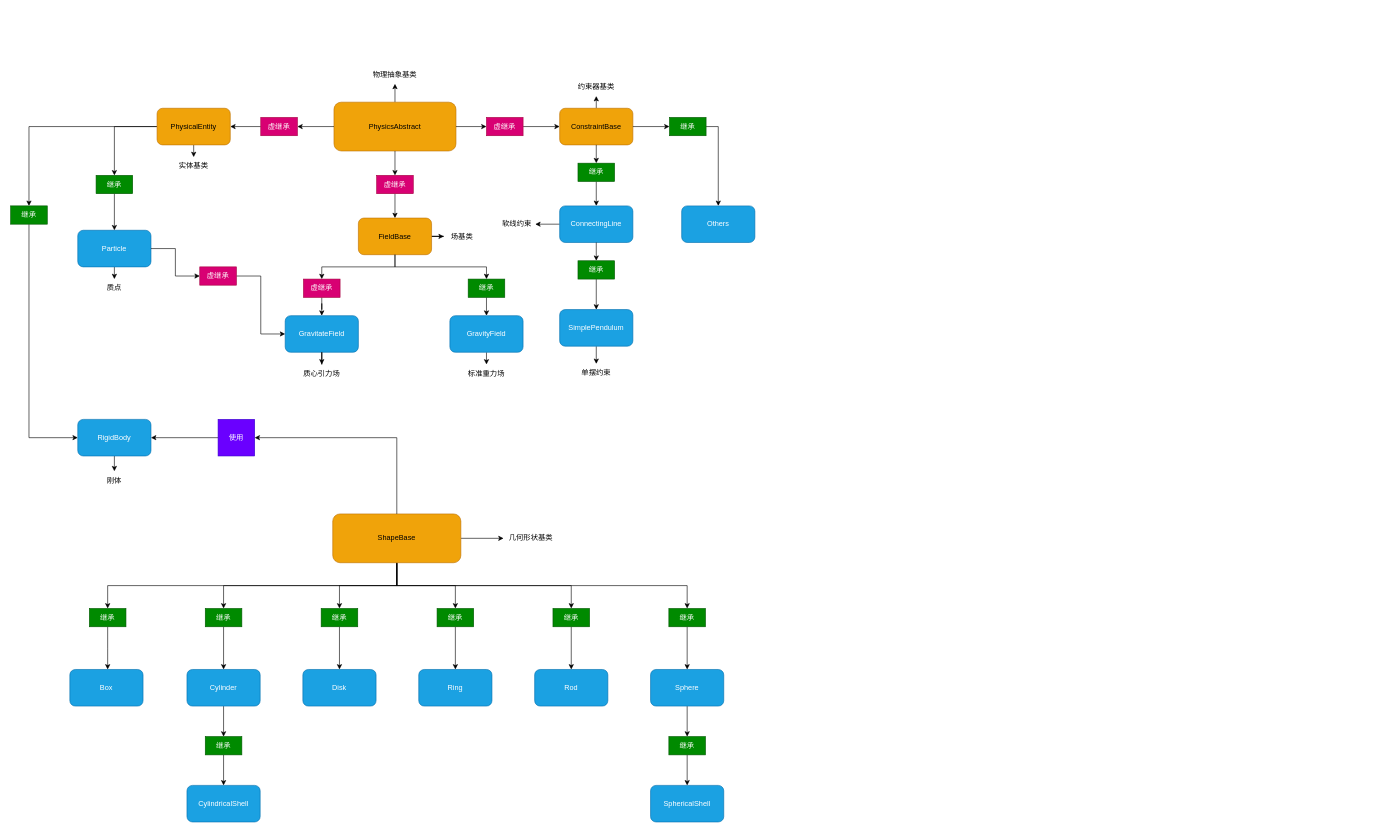
YJHScenery/Egret-Physics keeps this draw.io diagram as docs/PhysicsModel_InheritanceChain.drawio. Above is the earlier version. Source tidied: cells renumbered, new cells numbered last; positions are measured from the earlier drawing's top-left corner, leaving out a move shared by most shapes. Both pictures are drawn from the tidied source at 61%, with x=0, y=0 at pixel (10, 65).
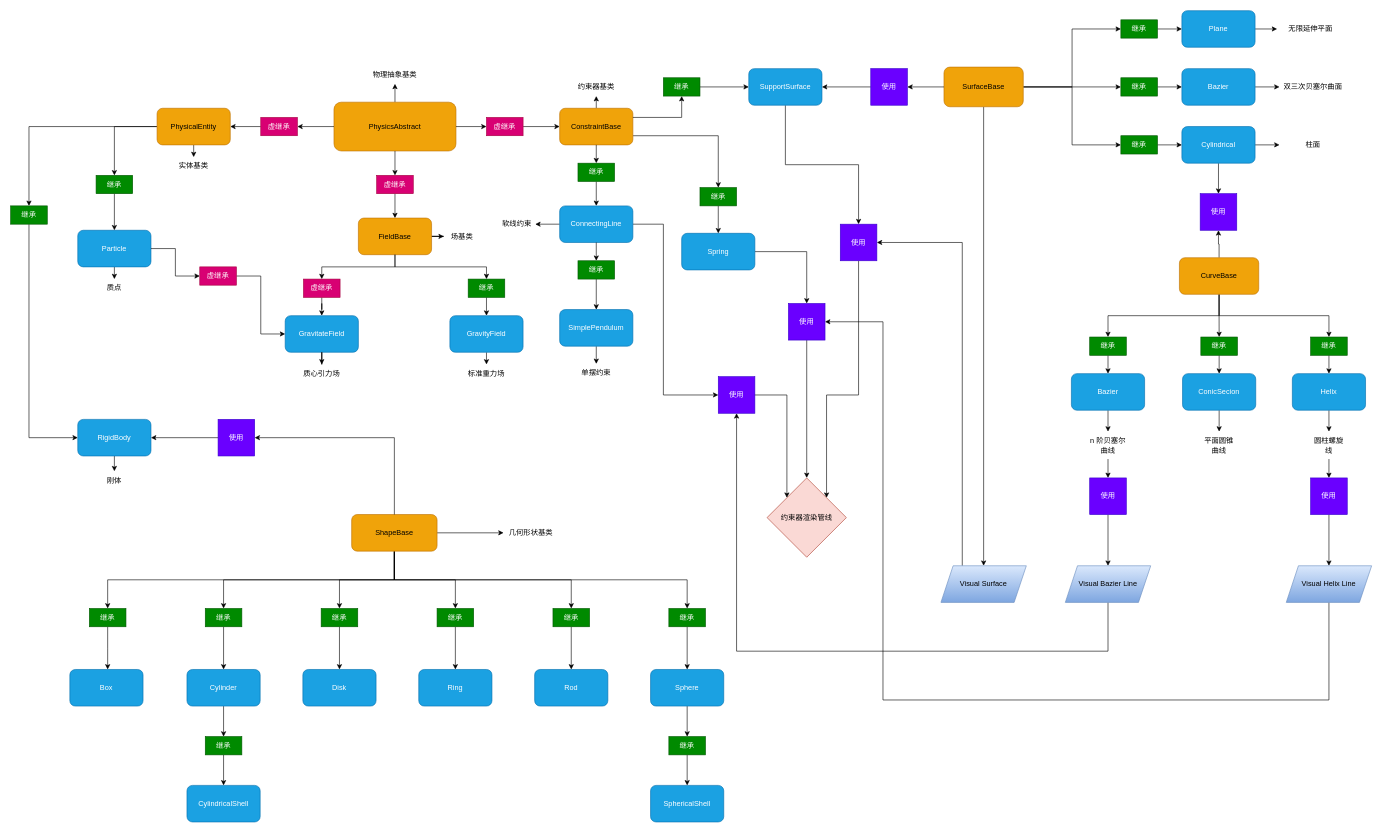
Above is the later version.

The change refers to these unchanged cells:
```xml
<mxCell id="18" value="ConstraintBase" style="rounded=1;whiteSpace=wrap;html=1;fillColor=#f0a30a;fontColor=#000000;strokeColor=#BD7000;" parent="1" vertex="1">
  <mxGeometry x="900" y="70" width="120" height="60" as="geometry" />
</mxCell>
<mxCell id="29" value="ConnectingLine" style="rounded=1;whiteSpace=wrap;html=1;fillColor=#1ba1e2;fontColor=#ffffff;strokeColor=#006EAF;" parent="1" vertex="1">
  <mxGeometry x="900" y="230" width="120" height="60" as="geometry" />
</mxCell>
```

What changed in the source:
```diff
@@
+    <mxCell id="105" style="edgeStyle=orthogonalEdgeStyle;rounded=0;jettySize=auto;html=1;exitX=1;exitY=0.75;exitDx=0;exitDy=0;entryX=0.5;entryY=0;entryDx=0;entryDy=0;" parent="1" edge="1" source="18" target="109">
+      <mxGeometry relative="1" as="geometry" />
+    </mxCell>
@@
+    <mxCell id="106" style="edgeStyle=orthogonalEdgeStyle;rounded=0;jettySize=auto;html=1;exitX=1;exitY=0.5;exitDx=0;exitDy=0;entryX=0;entryY=0.5;entryDx=0;entryDy=0;" parent="1" edge="1" source="29" target="171">
+      <mxGeometry relative="1" as="geometry">
+        <Array as="points">
+          <mxPoint x="1070" y="260" />
+          <mxPoint x="1070" y="540" />
+        </Array>
+      </mxGeometry>
+    </mxCell>
@@
+    <mxCell id="107" style="edgeStyle=orthogonalEdgeStyle;rounded=0;jettySize=auto;html=1;exitX=0.5;exitY=1;exitDx=0;exitDy=0;entryX=0.5;entryY=0;entryDx=0;entryDy=0;" parent="1" edge="1" source="32" target="175">
+      <mxGeometry relative="1" as="geometry" />
+    </mxCell>
-    <mxCell id="32" value="Others" style="rounded=1;whiteSpace=wrap;html=1;fillColor=#1ba1e2;fontColor=#ffffff;strokeColor=#006EAF;" parent="1" vertex="1">
-      <mxGeometry x="1100" y="230" width="120" height="60" as="geometry" />
+    <mxCell id="32" value="SupportSurface" style="rounded=1;whiteSpace=wrap;html=1;fillColor=#1ba1e2;fontColor=#ffffff;strokeColor=#006EAF;" parent="1" vertex="1">
+      <mxGeometry x="1210" y="5" width="120" height="60" as="geometry" />
     </mxCell>
@@
     <mxCell id="42" value="ShapeBase" style="rounded=1;whiteSpace=wrap;html=1;fillColor=#f0a30a;fontColor=#000000;strokeColor=#BD7000;" parent="1" vertex="1">
-      <mxGeometry x="528" y="735" width="210" height="80" as="geometry" />
+      <mxGeometry x="559" y="736" width="140" height="60" as="geometry" />
     </mxCell>
@@
-    <mxCell id="64" style="edgeStyle=orthogonalEdgeStyle;rounded=0;jettySize=auto;html=1;exitX=1;exitY=0.5;exitDx=0;exitDy=0;" parent="1" edge="1" source="18" target="65">
+    <mxCell id="64" style="edgeStyle=orthogonalEdgeStyle;rounded=0;jettySize=auto;html=1;exitX=1;exitY=0.25;exitDx=0;exitDy=0;" parent="1" edge="1" source="18" target="65">
       <mxGeometry relative="1" as="geometry" />
     </mxCell>
     <mxCell id="65" value="继承" style="text;html=1;whiteSpace=wrap;strokeColor=#005700;fillColor=#008a00;align=center;verticalAlign=middle;rounded=0;fontColor=#ffffff;" parent="1" vertex="1">
-      <mxGeometry x="1080" y="85" width="60" height="30" as="geometry" />
+      <mxGeometry x="1070" y="20" width="60" height="30" as="geometry" />
     </mxCell>
@@
     <mxCell id="104" value="几何形状基类" style="text;html=1;whiteSpace=wrap;strokeColor=none;fillColor=none;align=center;verticalAlign=middle;rounded=0;" parent="1" vertex="1">
-      <mxGeometry x="808" y="760" width="90" height="30" as="geometry" />
+      <mxGeometry x="808" y="751" width="90" height="30" as="geometry" />
     </mxCell>
+    <mxCell id="108" style="edgeStyle=orthogonalEdgeStyle;rounded=0;jettySize=auto;html=1;exitX=0.5;exitY=1;exitDx=0;exitDy=0;entryX=0.5;entryY=0;entryDx=0;entryDy=0;" parent="1" edge="1" source="109" target="111">
+      <mxGeometry relative="1" as="geometry" />
+    </mxCell>
+    <mxCell id="109" value="继承" style="text;html=1;whiteSpace=wrap;strokeColor=#005700;fillColor=#008a00;align=center;verticalAlign=middle;rounded=0;fontColor=#ffffff;" parent="1" vertex="1">
+      <mxGeometry x="1130" y="200" width="60" height="30" as="geometry" />
+    </mxCell>
+    <mxCell id="110" style="edgeStyle=orthogonalEdgeStyle;rounded=0;jettySize=auto;html=1;exitX=1;exitY=0.5;exitDx=0;exitDy=0;entryX=0.5;entryY=0;entryDx=0;entryDy=0;" parent="1" edge="1" source="111" target="173">
+      <mxGeometry relative="1" as="geometry" />
+    </mxCell>
+    <mxCell id="111" value="Spring" style="rounded=1;whiteSpace=wrap;html=1;fillColor=#1ba1e2;fontColor=#ffffff;strokeColor=#006EAF;" parent="1" vertex="1">
+      <mxGeometry x="1100" y="275" width="120" height="60" as="geometry" />
+    </mxCell>
+    <mxCell id="112" style="edgeStyle=orthogonalEdgeStyle;rounded=0;jettySize=auto;html=1;entryX=1;entryY=0.5;entryDx=0;entryDy=0;" parent="1" edge="1" source="119" target="32">
+      <mxGeometry relative="1" as="geometry" />
+    </mxCell>
+    <mxCell id="113" style="edgeStyle=orthogonalEdgeStyle;rounded=0;jettySize=auto;html=1;exitX=1;exitY=0.5;exitDx=0;exitDy=0;entryX=0;entryY=0.5;entryDx=0;entryDy=0;" parent="1" edge="1" source="117" target="128">
+      <mxGeometry relative="1" as="geometry" />
+    </mxCell>
+    <mxCell id="114" style="edgeStyle=orthogonalEdgeStyle;rounded=0;jettySize=auto;html=1;exitX=1;exitY=0.5;exitDx=0;exitDy=0;" parent="1" edge="1" source="117" target="130">
+      <mxGeometry relative="1" as="geometry" />
+    </mxCell>
+    <mxCell id="115" style="edgeStyle=orthogonalEdgeStyle;rounded=0;jettySize=auto;html=1;exitX=1;exitY=0.5;exitDx=0;exitDy=0;entryX=0;entryY=0.5;entryDx=0;entryDy=0;" parent="1" edge="1" source="117" target="132">
+      <mxGeometry relative="1" as="geometry" />
+    </mxCell>
+    <mxCell id="116" style="edgeStyle=orthogonalEdgeStyle;rounded=0;jettySize=auto;html=1;exitX=0.5;exitY=1;exitDx=0;exitDy=0;entryX=0.5;entryY=0;entryDx=0;entryDy=0;" parent="1" edge="1" source="117" target="169">
+      <mxGeometry relative="1" as="geometry" />
+    </mxCell>
+    <mxCell id="117" value="SurfaceBase" style="rounded=1;whiteSpace=wrap;html=1;fillColor=#f0a30a;fontColor=#000000;strokeColor=#BD7000;" parent="1" vertex="1">
+      <mxGeometry x="1530" y="2.5" width="130" height="65" as="geometry" />
+    </mxCell>
+    <mxCell id="118" style="edgeStyle=orthogonalEdgeStyle;rounded=0;jettySize=auto;html=1;entryX=1;entryY=0.5;entryDx=0;entryDy=0;" parent="1" edge="1" source="117" target="119">
+      <mxGeometry relative="1" as="geometry" />
+    </mxCell>
+    <mxCell id="119" value="使用" style="text;html=1;whiteSpace=wrap;strokeColor=#3700CC;fillColor=#6a00ff;align=center;verticalAlign=middle;rounded=0;fontColor=#ffffff;" parent="1" vertex="1">
+      <mxGeometry x="1410" y="5" width="60" height="60" as="geometry" />
+    </mxCell>
+    <mxCell id="120" style="edgeStyle=orthogonalEdgeStyle;rounded=0;jettySize=auto;html=1;exitX=1;exitY=0.5;exitDx=0;exitDy=0;entryX=0;entryY=0.5;entryDx=0;entryDy=0;" parent="1" edge="1" source="121" target="153">
+      <mxGeometry relative="1" as="geometry" />
+    </mxCell>
+    <mxCell id="121" value="Plane" style="rounded=1;whiteSpace=wrap;html=1;fillColor=#1ba1e2;fontColor=#ffffff;strokeColor=#006EAF;" parent="1" vertex="1">
+      <mxGeometry x="1920" y="-90" width="120" height="60" as="geometry" />
+    </mxCell>
+    <mxCell id="122" style="edgeStyle=orthogonalEdgeStyle;rounded=0;jettySize=auto;html=1;exitX=1;exitY=0.5;exitDx=0;exitDy=0;entryX=0;entryY=0.5;entryDx=0;entryDy=0;" parent="1" edge="1" source="123" target="152">
+      <mxGeometry relative="1" as="geometry" />
+    </mxCell>
+    <mxCell id="123" value="Bazier" style="rounded=1;whiteSpace=wrap;html=1;fillColor=#1ba1e2;fontColor=#ffffff;strokeColor=#006EAF;" parent="1" vertex="1">
+      <mxGeometry x="1920" y="5" width="120" height="60" as="geometry" />
+    </mxCell>
+    <mxCell id="124" style="edgeStyle=orthogonalEdgeStyle;rounded=0;jettySize=auto;html=1;" parent="1" edge="1" source="126" target="151">
+      <mxGeometry relative="1" as="geometry" />
+    </mxCell>
+    <mxCell id="125" style="edgeStyle=orthogonalEdgeStyle;rounded=0;jettySize=auto;html=1;exitX=0.5;exitY=1;exitDx=0;exitDy=0;" parent="1" edge="1" source="126" target="138">
+      <mxGeometry relative="1" as="geometry" />
+    </mxCell>
+    <mxCell id="126" value="Cylindrical" style="rounded=1;whiteSpace=wrap;html=1;fillColor=#1ba1e2;fontColor=#ffffff;strokeColor=#006EAF;" parent="1" vertex="1">
+      <mxGeometry x="1920" y="100" width="120" height="60" as="geometry" />
+    </mxCell>
+    <mxCell id="127" style="edgeStyle=orthogonalEdgeStyle;rounded=0;jettySize=auto;html=1;exitX=1;exitY=0.5;exitDx=0;exitDy=0;entryX=0;entryY=0.5;entryDx=0;entryDy=0;" parent="1" edge="1" source="128" target="121">
+      <mxGeometry relative="1" as="geometry" />
+    </mxCell>
+    <mxCell id="128" value="继承" style="text;html=1;whiteSpace=wrap;strokeColor=#005700;fillColor=#008a00;align=center;verticalAlign=middle;rounded=0;fontColor=#ffffff;" parent="1" vertex="1">
+      <mxGeometry x="1820" y="-75" width="60" height="30" as="geometry" />
+    </mxCell>
+    <mxCell id="129" style="edgeStyle=orthogonalEdgeStyle;rounded=0;jettySize=auto;html=1;entryX=0;entryY=0.5;entryDx=0;entryDy=0;" parent="1" edge="1" source="130" target="123">
+      <mxGeometry relative="1" as="geometry" />
+    </mxCell>
+    <mxCell id="130" value="继承" style="text;html=1;whiteSpace=wrap;strokeColor=#005700;fillColor=#008a00;align=center;verticalAlign=middle;rounded=0;fontColor=#ffffff;" parent="1" vertex="1">
+      <mxGeometry x="1820" y="20" width="60" height="30" as="geometry" />
+    </mxCell>
+    <mxCell id="131" style="edgeStyle=orthogonalEdgeStyle;rounded=0;jettySize=auto;html=1;exitX=1;exitY=0.5;exitDx=0;exitDy=0;" parent="1" edge="1" source="132" target="126">
+      <mxGeometry relative="1" as="geometry" />
+    </mxCell>
+    <mxCell id="132" value="继承" style="text;html=1;whiteSpace=wrap;strokeColor=#005700;fillColor=#008a00;align=center;verticalAlign=middle;rounded=0;fontColor=#ffffff;" parent="1" vertex="1">
+      <mxGeometry x="1820" y="115" width="60" height="30" as="geometry" />
+    </mxCell>
+    <mxCell id="133" style="edgeStyle=orthogonalEdgeStyle;rounded=0;jettySize=auto;html=1;exitX=0.5;exitY=0;exitDx=0;exitDy=0;entryX=0.5;entryY=1;entryDx=0;entryDy=0;" parent="1" edge="1" source="137" target="138">
+      <mxGeometry relative="1" as="geometry" />
+    </mxCell>
+    <mxCell id="134" style="edgeStyle=orthogonalEdgeStyle;rounded=0;jettySize=auto;html=1;exitX=0.5;exitY=1;exitDx=0;exitDy=0;entryX=0.5;entryY=0;entryDx=0;entryDy=0;" parent="1" edge="1" source="137" target="144">
+      <mxGeometry relative="1" as="geometry" />
+    </mxCell>
+    <mxCell id="135" style="edgeStyle=orthogonalEdgeStyle;rounded=0;jettySize=auto;html=1;exitX=0.5;exitY=1;exitDx=0;exitDy=0;entryX=0.5;entryY=0;entryDx=0;entryDy=0;" parent="1" edge="1" source="137" target="146">
+      <mxGeometry relative="1" as="geometry" />
+    </mxCell>
+    <mxCell id="136" style="edgeStyle=orthogonalEdgeStyle;rounded=0;jettySize=auto;html=1;exitX=0.5;exitY=1;exitDx=0;exitDy=0;entryX=0.5;entryY=0;entryDx=0;entryDy=0;" parent="1" edge="1" source="137" target="150">
+      <mxGeometry relative="1" as="geometry" />
+    </mxCell>
+    <mxCell id="137" value="CurveBase" style="rounded=1;whiteSpace=wrap;html=1;fillColor=#f0a30a;fontColor=#000000;strokeColor=#BD7000;" parent="1" vertex="1">
+      <mxGeometry x="1916" y="315" width="130" height="60" as="geometry" />
+    </mxCell>
+    <mxCell id="138" value="使用" style="text;html=1;whiteSpace=wrap;strokeColor=#3700CC;fillColor=#6a00ff;align=center;verticalAlign=middle;rounded=0;fontColor=#ffffff;" parent="1" vertex="1">
+      <mxGeometry x="1950" y="210" width="60" height="60" as="geometry" />
+    </mxCell>
+    <mxCell id="139" style="edgeStyle=orthogonalEdgeStyle;rounded=0;jettySize=auto;html=1;exitX=0.5;exitY=1;exitDx=0;exitDy=0;entryX=0.5;entryY=0;entryDx=0;entryDy=0;" parent="1" edge="1" source="140" target="155">
+      <mxGeometry relative="1" as="geometry" />
+    </mxCell>
+    <mxCell id="140" value="Bazier" style="rounded=1;whiteSpace=wrap;html=1;fillColor=#1ba1e2;fontColor=#ffffff;strokeColor=#006EAF;" parent="1" vertex="1">
+      <mxGeometry x="1738.9" y="505" width="120" height="60" as="geometry" />
+    </mxCell>
+    <mxCell id="141" style="edgeStyle=orthogonalEdgeStyle;rounded=0;jettySize=auto;html=1;exitX=0.5;exitY=1;exitDx=0;exitDy=0;entryX=0.5;entryY=0;entryDx=0;entryDy=0;" parent="1" edge="1" source="142" target="156">
+      <mxGeometry relative="1" as="geometry" />
+    </mxCell>
+    <mxCell id="142" value="ConicSecion" style="rounded=1;whiteSpace=wrap;html=1;fillColor=#1ba1e2;fontColor=#ffffff;strokeColor=#006EAF;" parent="1" vertex="1">
+      <mxGeometry x="1921.1" y="505" width="120" height="60" as="geometry" />
+    </mxCell>
+    <mxCell id="143" style="edgeStyle=orthogonalEdgeStyle;rounded=0;jettySize=auto;html=1;exitX=0.5;exitY=1;exitDx=0;exitDy=0;entryX=0.5;entryY=0;entryDx=0;entryDy=0;" parent="1" edge="1" source="144" target="140">
+      <mxGeometry relative="1" as="geometry" />
+    </mxCell>
+    <mxCell id="144" value="继承" style="text;html=1;whiteSpace=wrap;strokeColor=#005700;fillColor=#008a00;align=center;verticalAlign=middle;rounded=0;fontColor=#ffffff;" parent="1" vertex="1">
+      <mxGeometry x="1768.9" y="445" width="60" height="30" as="geometry" />
+    </mxCell>
+    <mxCell id="145" style="edgeStyle=orthogonalEdgeStyle;rounded=0;jettySize=auto;html=1;exitX=0.5;exitY=1;exitDx=0;exitDy=0;entryX=0.5;entryY=0;entryDx=0;entryDy=0;" parent="1" edge="1" source="146" target="142">
+      <mxGeometry relative="1" as="geometry" />
+    </mxCell>
+    <mxCell id="146" value="继承" style="text;html=1;whiteSpace=wrap;strokeColor=#005700;fillColor=#008a00;align=center;verticalAlign=middle;rounded=0;fontColor=#ffffff;" parent="1" vertex="1">
+      <mxGeometry x="1951.1" y="445" width="60" height="30" as="geometry" />
+    </mxCell>
+    <mxCell id="147" style="edgeStyle=orthogonalEdgeStyle;rounded=0;jettySize=auto;html=1;exitX=0.5;exitY=1;exitDx=0;exitDy=0;entryX=0.5;entryY=0;entryDx=0;entryDy=0;" parent="1" edge="1" source="148" target="158">
+      <mxGeometry relative="1" as="geometry" />
+    </mxCell>
+    <mxCell id="148" value="Helix" style="rounded=1;whiteSpace=wrap;html=1;fillColor=#1ba1e2;fontColor=#ffffff;strokeColor=#006EAF;" parent="1" vertex="1">
+      <mxGeometry x="2101.1" y="505" width="120" height="60" as="geometry" />
+    </mxCell>
+    <mxCell id="149" style="edgeStyle=orthogonalEdgeStyle;rounded=0;jettySize=auto;html=1;exitX=0.5;exitY=1;exitDx=0;exitDy=0;entryX=0.5;entryY=0;entryDx=0;entryDy=0;" parent="1" edge="1" source="150" target="148">
+      <mxGeometry relative="1" as="geometry" />
+    </mxCell>
+    <mxCell id="150" value="继承" style="text;html=1;whiteSpace=wrap;strokeColor=#005700;fillColor=#008a00;align=center;verticalAlign=middle;rounded=0;fontColor=#ffffff;" parent="1" vertex="1">
+      <mxGeometry x="2131.1" y="445" width="60" height="30" as="geometry" />
+    </mxCell>
+    <mxCell id="151" value="柱面" style="text;html=1;whiteSpace=wrap;strokeColor=none;fillColor=none;align=center;verticalAlign=middle;rounded=0;" parent="1" vertex="1">
+      <mxGeometry x="2080" y="115" width="110" height="30" as="geometry" />
+    </mxCell>
+    <mxCell id="152" value="双三次贝塞尔曲面" style="text;html=1;whiteSpace=wrap;strokeColor=none;fillColor=none;align=center;verticalAlign=middle;rounded=0;" parent="1" vertex="1">
+      <mxGeometry x="2080" y="20" width="110" height="30" as="geometry" />
+    </mxCell>
+    <mxCell id="153" value="无限延伸平面" style="text;html=1;whiteSpace=wrap;strokeColor=none;fillColor=none;align=center;verticalAlign=middle;rounded=0;" parent="1" vertex="1">
+      <mxGeometry x="2076.1" y="-75" width="110" height="30" as="geometry" />
+    </mxCell>
+    <mxCell id="154" style="edgeStyle=orthogonalEdgeStyle;rounded=0;jettySize=auto;html=1;exitX=0.5;exitY=1;exitDx=0;exitDy=0;entryX=0.5;entryY=0;entryDx=0;entryDy=0;" parent="1" edge="1" source="155" target="165">
+      <mxGeometry relative="1" as="geometry" />
+    </mxCell>
+    <mxCell id="155" value="n 阶贝塞尔曲线" style="text;html=1;whiteSpace=wrap;strokeColor=none;fillColor=none;align=center;verticalAlign=middle;rounded=0;" parent="1" vertex="1">
+      <mxGeometry x="1768.9" y="600" width="60" height="45" as="geometry" />
+    </mxCell>
+    <mxCell id="156" value="平面圆锥曲线" style="text;html=1;whiteSpace=wrap;strokeColor=none;fillColor=none;align=center;verticalAlign=middle;rounded=0;" parent="1" vertex="1">
+      <mxGeometry x="1951.1" y="600" width="60" height="45" as="geometry" />
+    </mxCell>
+    <mxCell id="157" style="edgeStyle=orthogonalEdgeStyle;rounded=0;jettySize=auto;html=1;exitX=0.5;exitY=1;exitDx=0;exitDy=0;entryX=0.5;entryY=0;entryDx=0;entryDy=0;" parent="1" edge="1" source="158" target="167">
+      <mxGeometry relative="1" as="geometry" />
+    </mxCell>
+    <mxCell id="158" value="圆柱螺旋线" style="text;html=1;whiteSpace=wrap;strokeColor=none;fillColor=none;align=center;verticalAlign=middle;rounded=0;" parent="1" vertex="1">
+      <mxGeometry x="2131.1" y="600" width="60" height="45" as="geometry" />
+    </mxCell>
+    <mxCell id="159" value="约束器渲染管线" style="rhombus;whiteSpace=wrap;html=1;fillColor=#fad9d5;strokeColor=#ae4132;" parent="1" vertex="1">
+      <mxGeometry x="1240" y="676" width="130" height="130" as="geometry" />
+    </mxCell>
+    <mxCell id="160" style="edgeStyle=orthogonalEdgeStyle;rounded=0;jettySize=auto;html=1;exitX=0.5;exitY=1;exitDx=0;exitDy=0;entryX=0.5;entryY=1;entryDx=0;entryDy=0;" parent="1" edge="1" source="161" target="171">
+      <mxGeometry relative="1" as="geometry">
+        <Array as="points">
+          <mxPoint x="1799" y="960" />
+          <mxPoint x="1190" y="960" />
+        </Array>
+      </mxGeometry>
+    </mxCell>
+    <mxCell id="161" value="Visual Bazier Line" style="shape=parallelogram;perimeter=parallelogramPerimeter;whiteSpace=wrap;html=1;fixedSize=1;fillColor=#dae8fc;gradientColor=#7ea6e0;strokeColor=#6c8ebf;" parent="1" vertex="1">
+      <mxGeometry x="1728.9" y="820" width="140" height="60" as="geometry" />
+    </mxCell>
+    <mxCell id="162" style="edgeStyle=orthogonalEdgeStyle;rounded=0;jettySize=auto;html=1;exitX=0.5;exitY=1;exitDx=0;exitDy=0;entryX=1;entryY=0.5;entryDx=0;entryDy=0;" parent="1" edge="1" source="163" target="173">
+      <mxGeometry relative="1" as="geometry">
+        <Array as="points">
+          <mxPoint x="2161" y="1040" />
+          <mxPoint x="1430" y="1040" />
+          <mxPoint x="1430" y="420" />
+        </Array>
+      </mxGeometry>
+    </mxCell>
+    <mxCell id="163" value="Visual Helix Line" style="shape=parallelogram;perimeter=parallelogramPerimeter;whiteSpace=wrap;html=1;fixedSize=1;fillColor=#dae8fc;gradientColor=#7ea6e0;strokeColor=#6c8ebf;" parent="1" vertex="1">
+      <mxGeometry x="2091.1" y="820" width="140" height="60" as="geometry" />
+    </mxCell>
+    <mxCell id="164" style="edgeStyle=orthogonalEdgeStyle;rounded=0;jettySize=auto;html=1;exitX=0.5;exitY=1;exitDx=0;exitDy=0;entryX=0.5;entryY=0;entryDx=0;entryDy=0;" parent="1" edge="1" source="165" target="161">
+      <mxGeometry relative="1" as="geometry" />
+    </mxCell>
+    <mxCell id="165" value="使用" style="text;html=1;whiteSpace=wrap;strokeColor=#3700CC;fillColor=#6a00ff;align=center;verticalAlign=middle;rounded=0;fontColor=#ffffff;" parent="1" vertex="1">
+      <mxGeometry x="1768.9" y="676" width="60" height="60" as="geometry" />
+    </mxCell>
+    <mxCell id="166" style="edgeStyle=orthogonalEdgeStyle;rounded=0;jettySize=auto;html=1;exitX=0.5;exitY=1;exitDx=0;exitDy=0;entryX=0.5;entryY=0;entryDx=0;entryDy=0;" parent="1" edge="1" source="167" target="163">
+      <mxGeometry relative="1" as="geometry" />
+    </mxCell>
+    <mxCell id="167" value="使用" style="text;html=1;whiteSpace=wrap;strokeColor=#3700CC;fillColor=#6a00ff;align=center;verticalAlign=middle;rounded=0;fontColor=#ffffff;" parent="1" vertex="1">
+      <mxGeometry x="2131.1" y="676" width="60" height="60" as="geometry" />
+    </mxCell>
+    <mxCell id="168" style="edgeStyle=orthogonalEdgeStyle;rounded=0;jettySize=auto;html=1;exitX=0.25;exitY=0;exitDx=0;exitDy=0;entryX=1;entryY=0.5;entryDx=0;entryDy=0;" parent="1" edge="1" source="169" target="175">
+      <mxGeometry relative="1" as="geometry">
+        <Array as="points">
+          <mxPoint x="1560" y="290" />
+        </Array>
+      </mxGeometry>
+    </mxCell>
+    <mxCell id="169" value="Visual Surface" style="shape=parallelogram;perimeter=parallelogramPerimeter;whiteSpace=wrap;html=1;fixedSize=1;fillColor=#dae8fc;gradientColor=#7ea6e0;strokeColor=#6c8ebf;" parent="1" vertex="1">
+      <mxGeometry x="1525" y="820" width="140" height="60" as="geometry" />
+    </mxCell>
+    <mxCell id="170" style="edgeStyle=orthogonalEdgeStyle;rounded=0;jettySize=auto;html=1;exitX=1;exitY=0.5;exitDx=0;exitDy=0;entryX=0;entryY=0;entryDx=0;entryDy=0;" parent="1" edge="1" target="159">
+      <mxGeometry relative="1" as="geometry">
+        <mxPoint x="1213" y="540" as="sourcePoint" />
+        <Array as="points">
+          <mxPoint x="1273" y="540" />
+        </Array>
+      </mxGeometry>
+    </mxCell>
+    <mxCell id="171" value="使用" style="text;html=1;whiteSpace=wrap;strokeColor=#3700CC;fillColor=#6a00ff;align=center;verticalAlign=middle;rounded=0;fontColor=#ffffff;" parent="1" vertex="1">
+      <mxGeometry x="1160" y="510" width="60" height="60" as="geometry" />
+    </mxCell>
+    <mxCell id="172" style="edgeStyle=orthogonalEdgeStyle;rounded=0;jettySize=auto;html=1;exitX=0.5;exitY=1;exitDx=0;exitDy=0;entryX=0.5;entryY=0;entryDx=0;entryDy=0;" parent="1" edge="1" source="173" target="159">
+      <mxGeometry relative="1" as="geometry" />
+    </mxCell>
+    <mxCell id="173" value="使用" style="text;html=1;whiteSpace=wrap;strokeColor=#3700CC;fillColor=#6a00ff;align=center;verticalAlign=middle;rounded=0;fontColor=#ffffff;" parent="1" vertex="1">
+      <mxGeometry x="1275" y="390" width="60" height="60" as="geometry" />
+    </mxCell>
+    <mxCell id="174" style="edgeStyle=orthogonalEdgeStyle;rounded=0;jettySize=auto;html=1;exitX=0.5;exitY=1;exitDx=0;exitDy=0;entryX=1;entryY=0;entryDx=0;entryDy=0;" parent="1" edge="1" source="175" target="159">
+      <mxGeometry relative="1" as="geometry">
+        <Array as="points">
+          <mxPoint x="1390" y="540" />
+          <mxPoint x="1338" y="540" />
+        </Array>
+      </mxGeometry>
+    </mxCell>
+    <mxCell id="175" value="使用" style="text;html=1;whiteSpace=wrap;strokeColor=#3700CC;fillColor=#6a00ff;align=center;verticalAlign=middle;rounded=0;fontColor=#ffffff;" parent="1" vertex="1">
+      <mxGeometry x="1360" y="260" width="60" height="60" as="geometry" />
+    </mxCell>
```
